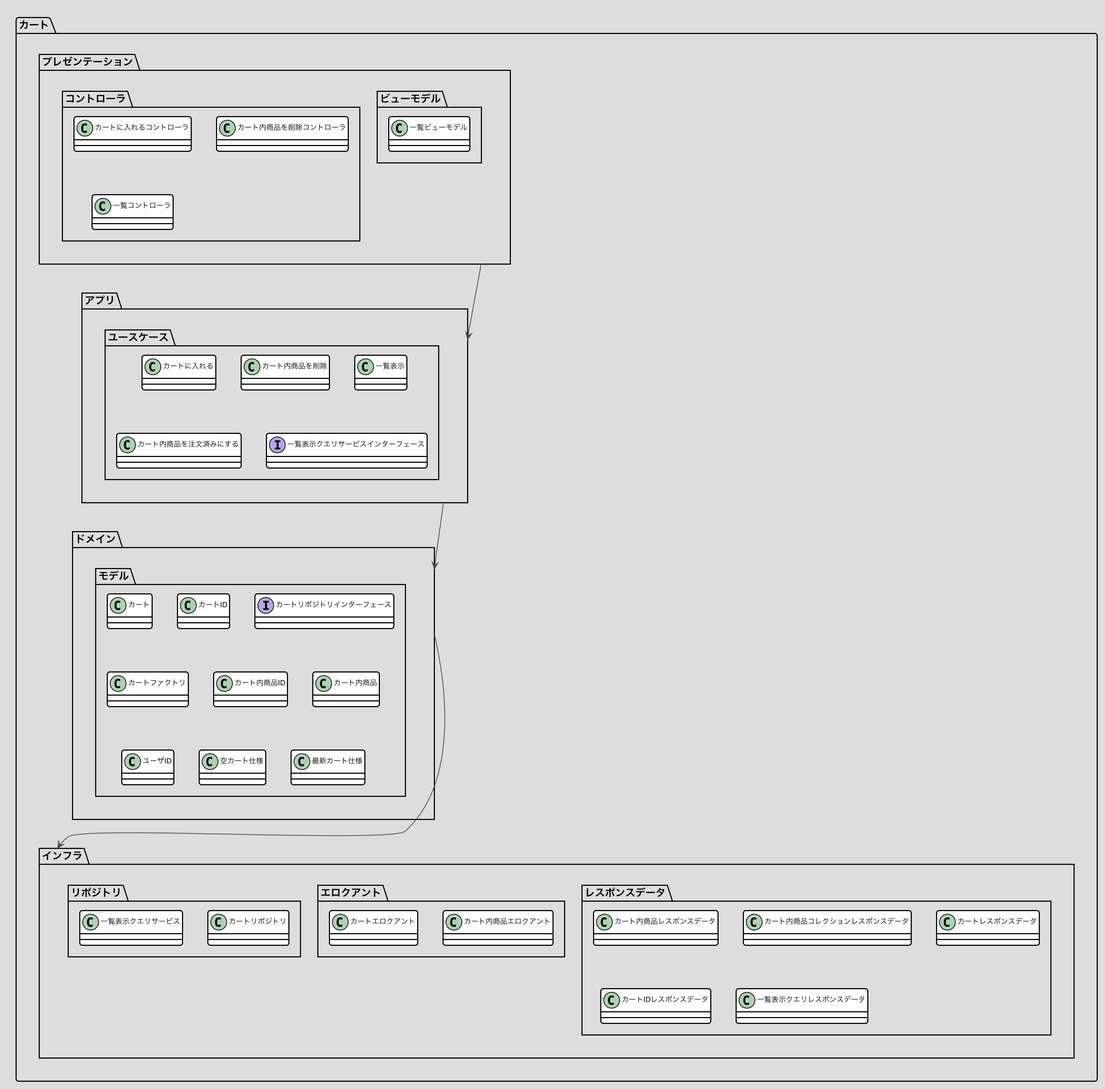
The PlantUML diagram docs/画像/カート.png in nomura-kainos/japanese-ddd-sample, before a commit.
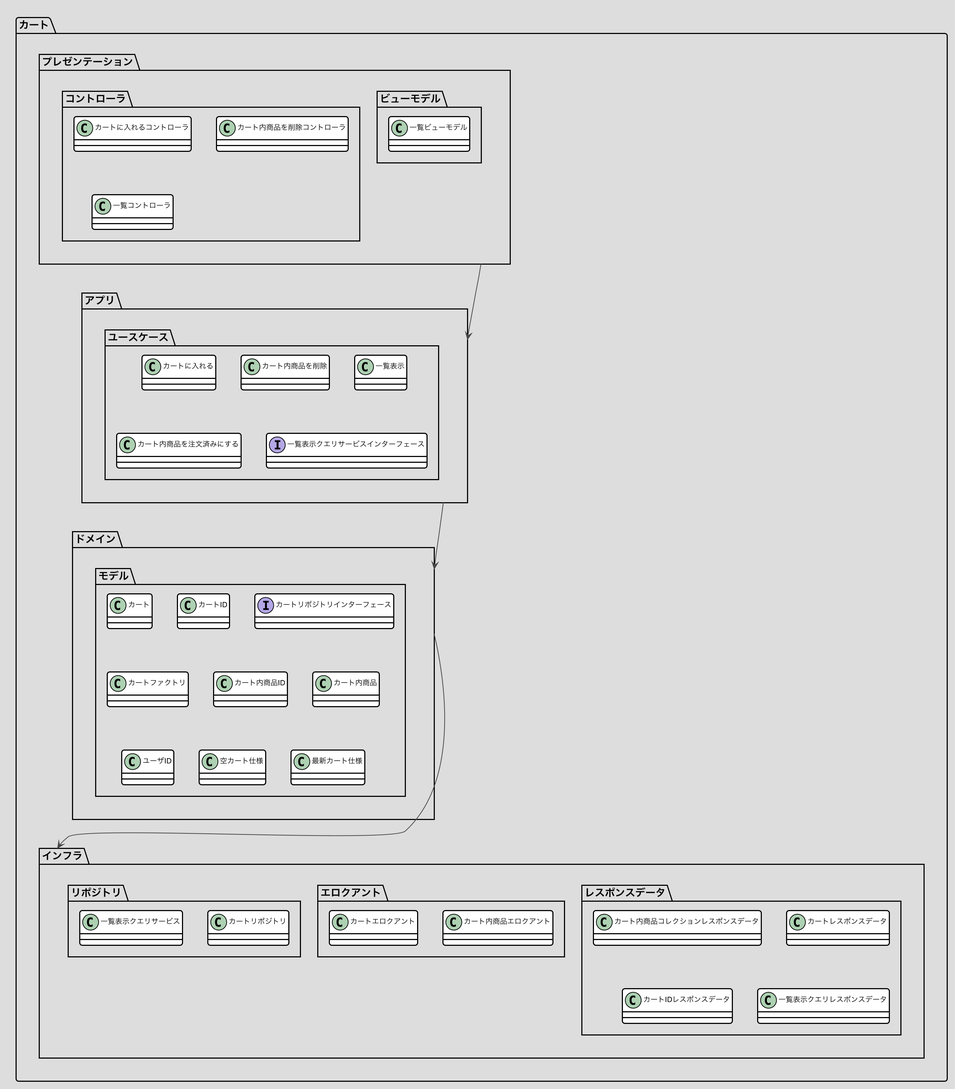
The same diagram one commit later.

The edit, as a diff of the source:
```diff
@@ -89,7 +89,6 @@
  }
  package インフラ {
   package レスポンスデータ {
-   class カート内商品レスポンスデータ
    class カート内商品コレクションレスポンスデータ
    class カートレスポンスデータ
    class カートIDレスポンスデータ
```
